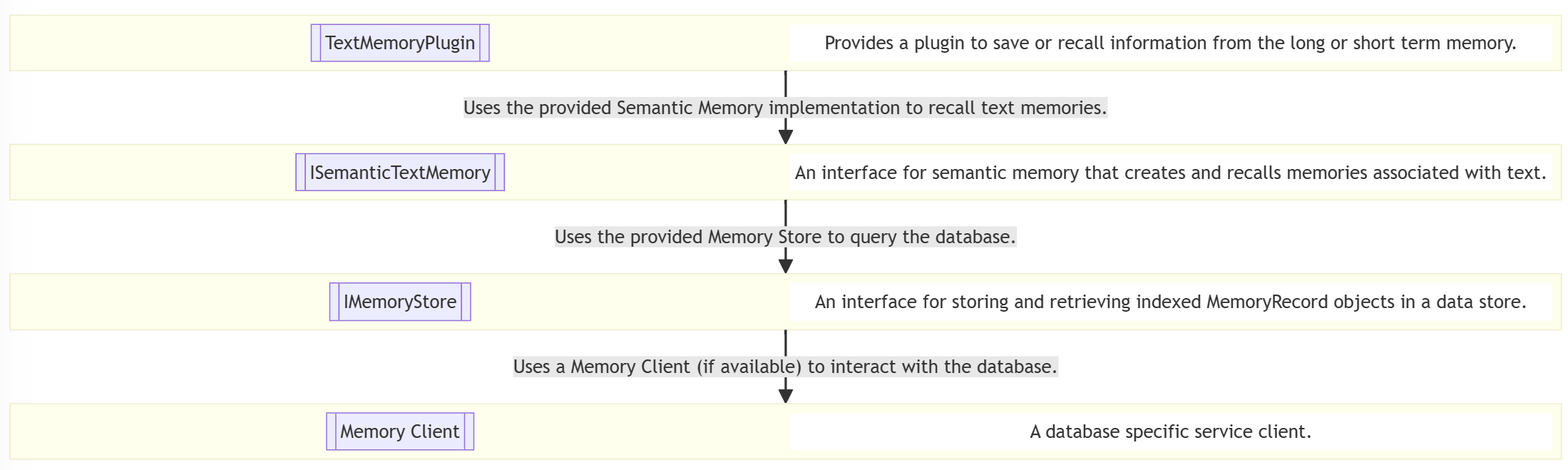
This is docs/decisions/diagrams/text-search-service-imemorystore.png from microsoft/semantic-kernel, a Mermaid export, as it was before one commit. Its source is kept beside it as docs/decisions/diagrams/text-search-service-imemorystore.mmd. Source of this version:
```mermaid
block-beta
columns 1
  block:Plugin
    PluginAbstraction[["TextMemoryPlugin"]]
    PluginDescription["Provides a plugin to save or recall information from the long or short term memory."]
  end
  space
  block:SemanticMemory
    SemanticMemoryAbstraction[["ISemanticTextMemory"]]
    SemanticMemoryDescription["An interface for semantic memory that creates and recalls memories associated with text."]
  end
  space
  block:Memory
    MemoryAbstraction[["IMemoryStore"]]
    MemoryDescription[" An interface for storing and retrieving indexed MemoryRecord objects in a data store."]
  end
  space
  block:MemoryClient
    MemoryClientAbstraction[["Memory Client"]]
    MemoryClientDescription[" A database specific service client."]
  end
  Plugin-- "Uses the provided Semantic Memory implementation to recall text memories." -->SemanticMemory
  SemanticMemory-- "Uses the provided Memory Store to query the database." -->Memory
  Memory-- "Uses a Memory Client (if available) to interact with the database." -->MemoryClient
  style PluginDescription fill:#FFF,stroke-width:0px
  style SemanticMemoryDescription fill:#FFF,stroke-width:0px
  style MemoryDescription fill:#FFF,stroke-width:0px
  style MemoryClientDescription fill:#FFF,stroke-width:0px
```
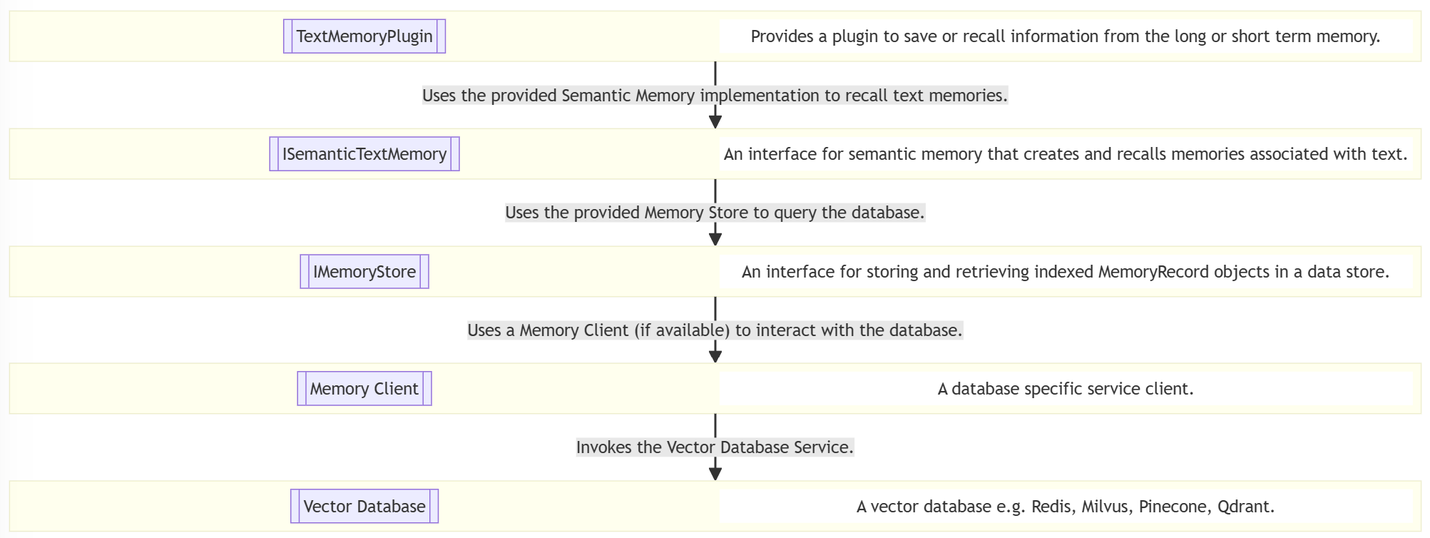
Later version of the same file.

Commit message:
Update the memory store diagram

What changed in the source:
```diff
@@ -12,17 +12,24 @@
   space
   block:Memory
     MemoryAbstraction[["IMemoryStore"]]
-    MemoryDescription[" An interface for storing and retrieving indexed MemoryRecord objects in a data store."]
+    MemoryDescription["An interface for storing and retrieving indexed MemoryRecord objects in a data store."]
   end
   space
   block:MemoryClient
     MemoryClientAbstraction[["Memory Client"]]
-    MemoryClientDescription[" A database specific service client."]
+    MemoryClientDescription["A database specific service client."]
+  end
+  space
+  block:VectorDatabaseService
+    VectorDatabase[["Vector Database"]]
+    VectorDatabaseDescription["A vector database e.g. Redis, Milvus, Pinecone, Qdrant."]
   end
   Plugin-- "Uses the provided Semantic Memory implementation to recall text memories." -->SemanticMemory
   SemanticMemory-- "Uses the provided Memory Store to query the database." -->Memory
   Memory-- "Uses a Memory Client (if available) to interact with the database." -->MemoryClient
+  MemoryClient-- "Invokes the Vector Database Service." -->VectorDatabaseService
   style PluginDescription fill:#FFF,stroke-width:0px
   style SemanticMemoryDescription fill:#FFF,stroke-width:0px
   style MemoryDescription fill:#FFF,stroke-width:0px
   style MemoryClientDescription fill:#FFF,stroke-width:0px
+  style VectorDatabaseDescription fill:#FFF,stroke-width:0px
```
